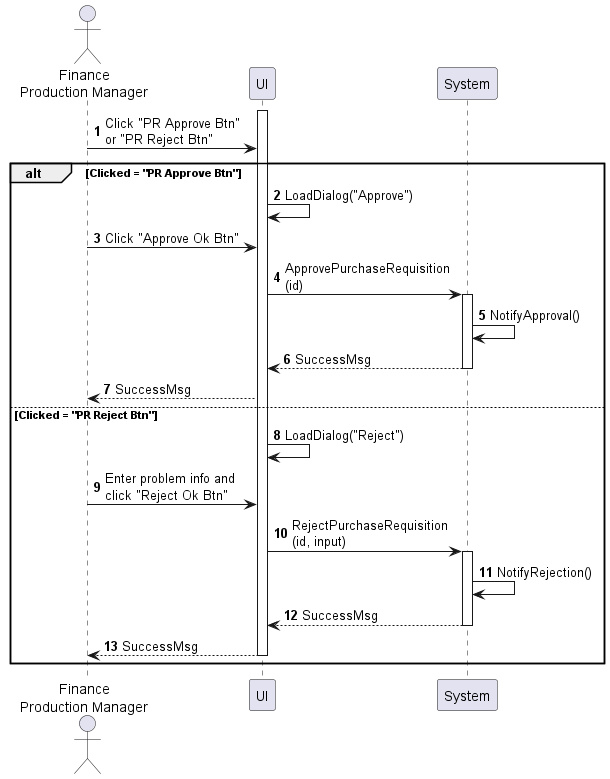
The PlantUML diagram sequences/purchase-requisition-approve.png in phihungha/scmss-reqs, before a commit.
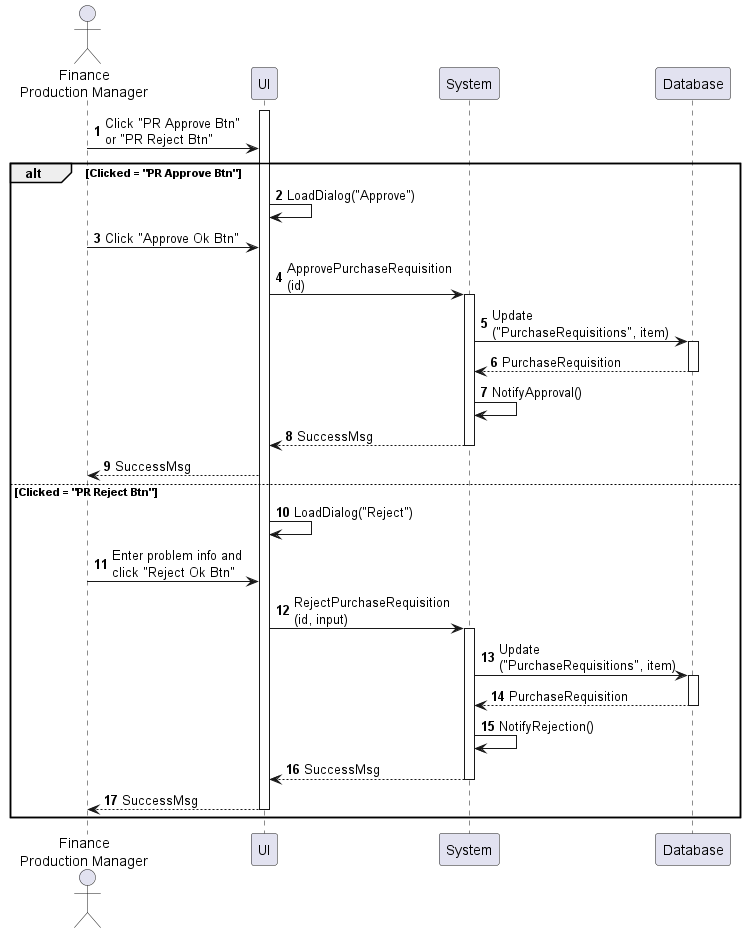
After the change.

The edit, as a diff of the source:
```diff
@@ -4,6 +4,7 @@
 actor "Finance\nProduction Manager" as a
 participant UI as f
 participant System as b
+participant Database as d
 
 activate f
 a -> f : Click "PR Approve Btn"\nor "PR Reject Btn"
@@ -13,6 +14,9 @@
     a -> f : Click "Approve Ok Btn"
     f -> b : ApprovePurchaseRequisition\n(id)
     activate b
+    b -> d : Update\n("PurchaseRequisitions", item)
+    activate d
+    return PurchaseRequisition
     b -> b : NotifyApproval()
     b --> f : SuccessMsg
     deactivate b
@@ -22,6 +26,9 @@
     a -> f : Enter problem info and\nclick "Reject Ok Btn"
     f -> b : RejectPurchaseRequisition\n(id, input)
     activate b
+    b -> d : Update\n("PurchaseRequisitions", item)
+    activate d
+    return PurchaseRequisition
     b -> b : NotifyRejection()
     return SuccessMsg
     f --> a : SuccessMsg
```
